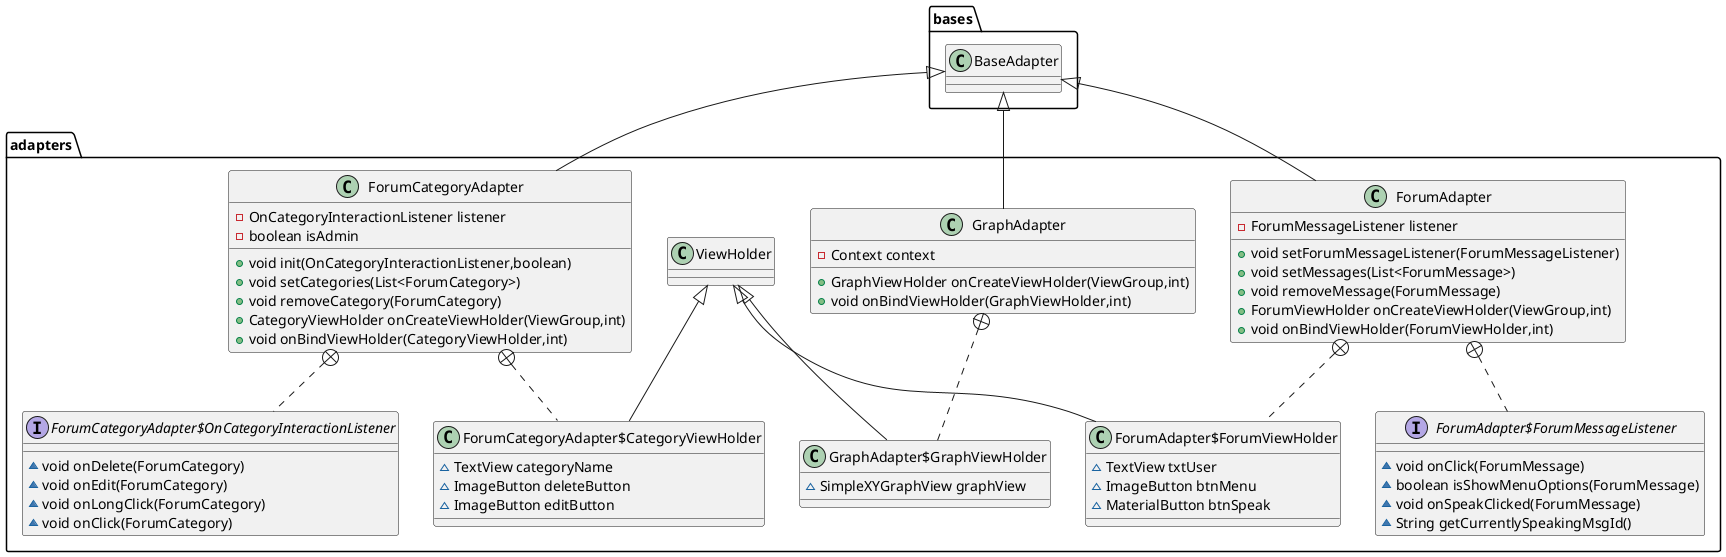
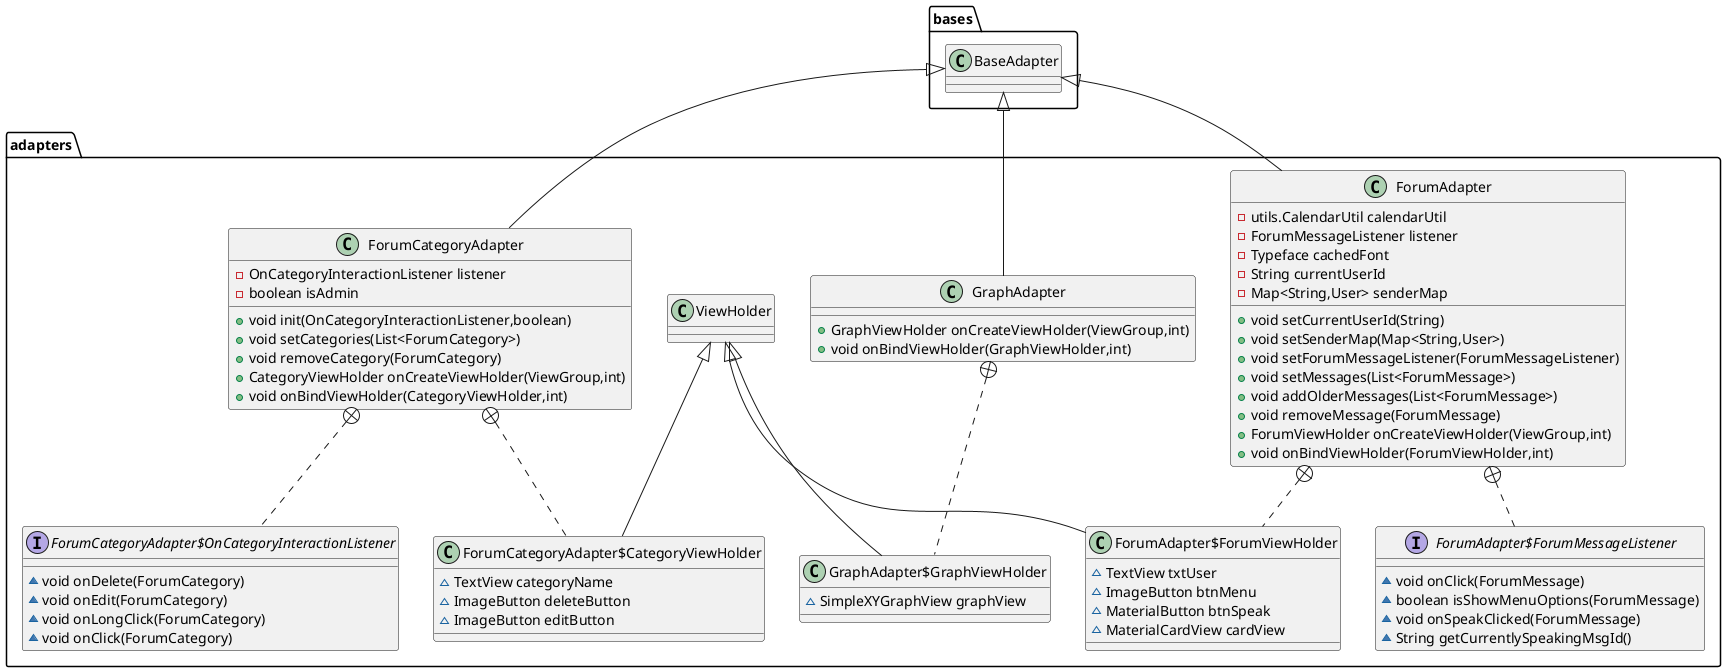
@startuml
class adapters.GraphAdapter {
- - Context context
+ GraphViewHolder onCreateViewHolder(ViewGroup,int)
+ void onBindViewHolder(GraphViewHolder,int)
}
- 

class adapters.GraphAdapter$GraphViewHolder {
~ SimpleXYGraphView graphView
}

class adapters.ForumCategoryAdapter {
- OnCategoryInteractionListener listener
- boolean isAdmin
+ void init(OnCategoryInteractionListener,boolean)
+ void setCategories(List<ForumCategory>)
+ void removeCategory(ForumCategory)
+ CategoryViewHolder onCreateViewHolder(ViewGroup,int)
+ void onBindViewHolder(CategoryViewHolder,int)
}


interface adapters.ForumCategoryAdapter$OnCategoryInteractionListener {
~ void onDelete(ForumCategory)
~ void onEdit(ForumCategory)
~ void onLongClick(ForumCategory)
~ void onClick(ForumCategory)
}

class adapters.ForumCategoryAdapter$CategoryViewHolder {
~ TextView categoryName
~ ImageButton deleteButton
~ ImageButton editButton
}

class adapters.ForumAdapter {
+ - utils.CalendarUtil calendarUtil
- ForumMessageListener listener
+ - Typeface cachedFont
+ - String currentUserId
+ - Map<String,User> senderMap
+ + void setCurrentUserId(String)
+ + void setSenderMap(Map<String,User>)
+ void setForumMessageListener(ForumMessageListener)
+ void setMessages(List<ForumMessage>)
+ + void addOlderMessages(List<ForumMessage>)
+ void removeMessage(ForumMessage)
+ ForumViewHolder onCreateViewHolder(ViewGroup,int)
+ void onBindViewHolder(ForumViewHolder,int)
}


interface adapters.ForumAdapter$ForumMessageListener {
~ void onClick(ForumMessage)
~ boolean isShowMenuOptions(ForumMessage)
~ void onSpeakClicked(ForumMessage)
~ String getCurrentlySpeakingMsgId()
}

class adapters.ForumAdapter$ForumViewHolder {
~ TextView txtUser
~ ImageButton btnMenu
~ MaterialButton btnSpeak
+ ~ MaterialCardView cardView
}



bases.BaseAdapter <|-- adapters.GraphAdapter
adapters.GraphAdapter +.. adapters.GraphAdapter$GraphViewHolder
adapters.ViewHolder <|-- adapters.GraphAdapter$GraphViewHolder
bases.BaseAdapter <|-- adapters.ForumCategoryAdapter
adapters.ForumCategoryAdapter +.. adapters.ForumCategoryAdapter$OnCategoryInteractionListener
adapters.ForumCategoryAdapter +.. adapters.ForumCategoryAdapter$CategoryViewHolder
adapters.ViewHolder <|-- adapters.ForumCategoryAdapter$CategoryViewHolder
bases.BaseAdapter <|-- adapters.ForumAdapter
adapters.ForumAdapter +.. adapters.ForumAdapter$ForumMessageListener
adapters.ForumAdapter +.. adapters.ForumAdapter$ForumViewHolder
adapters.ViewHolder <|-- adapters.ForumAdapter$ForumViewHolder
- @enduml
+ @enduml